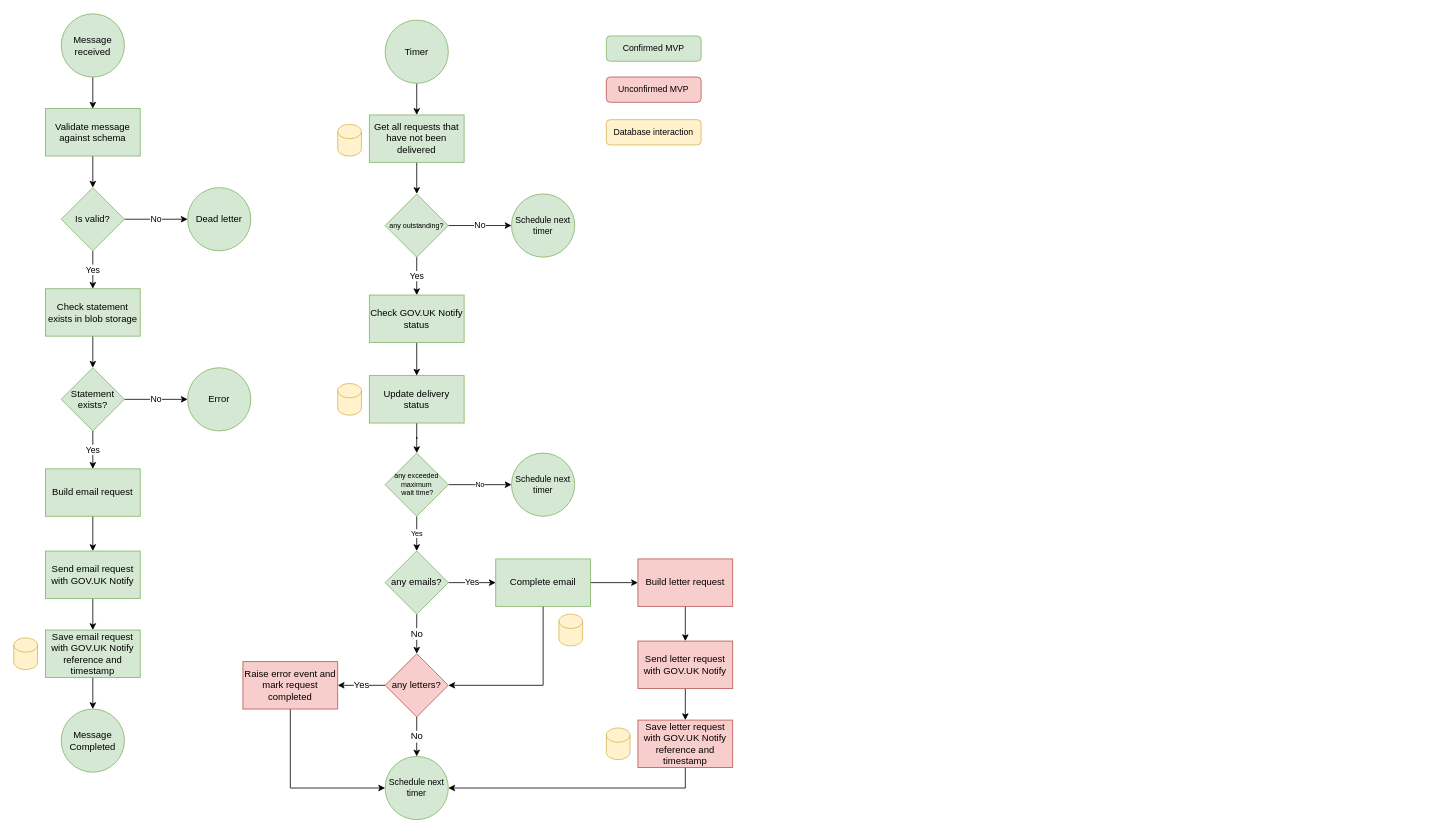
Before: Payments/ffc-pay-statement-publisher.drawio in DEFRA/ffc-diagrams, a draw.io diagram. Source tidied: cells renumbered, new cells numbered last; positions are measured from the earlier drawing's top-left corner, leaving out a move shared by most shapes. Both pictures are drawn from the tidied source at 79%, with x=0, y=0 at pixel (13, 13).
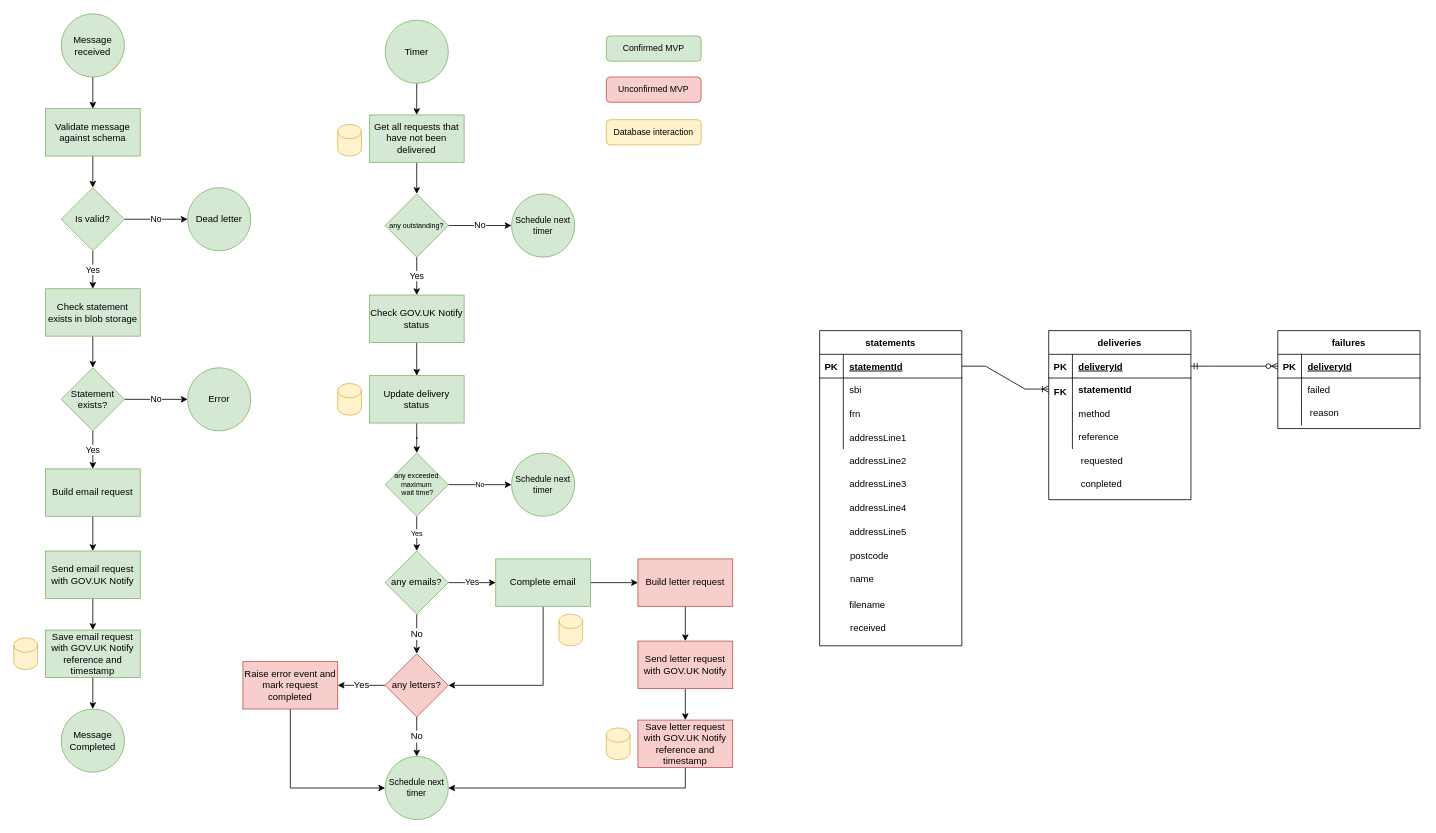
The same page after the edit.

The edit, as a diff of the source:
```diff
@@
+    <mxCell id="65" value="statements" style="shape=table;startSize=30;childLayout=tableLayout;rowLines=0;fontStyle=1;align=center;" parent="1" vertex="1">
+      <mxGeometry x="1020" y="401" width="180" height="399" as="geometry" />
+    </mxCell>
+    <mxCell id="66" style="shape=tableRow;horizontal=0;startSize=0;swimlaneHead=0;swimlaneBody=0;fillColor=none;points=[[0,0.5],[1,0.5]];portConstraint=eastwest;top=0;left=0;right=0;bottom=1;" parent="65" vertex="1">
+      <mxGeometry y="30" width="180" height="30" as="geometry" />
+    </mxCell>
+    <mxCell id="67" value="PK" style="shape=partialRectangle;fillColor=none;top=0;left=0;bottom=0;right=0;fontStyle=1;overflow=hidden;" parent="66" vertex="1">
+      <mxGeometry width="30" height="30" as="geometry" />
+    </mxCell>
+    <mxCell id="68" value="statementId" style="shape=partialRectangle;fillColor=none;top=0;left=0;bottom=0;right=0;align=left;spacingLeft=6;fontStyle=5;overflow=hidden;" parent="66" vertex="1">
+      <mxGeometry x="30" width="150" height="30" as="geometry" />
+    </mxCell>
+    <mxCell id="69" style="shape=tableRow;horizontal=0;startSize=0;swimlaneHead=0;swimlaneBody=0;fillColor=none;top=0;left=0;right=0;bottom=0;" parent="65" vertex="1">
+      <mxGeometry y="60" width="180" height="30" as="geometry" />
+    </mxCell>
+    <mxCell id="70" style="shape=partialRectangle;fillColor=none;top=0;left=0;bottom=0;right=0;overflow=hidden;" parent="69" vertex="1">
+      <mxGeometry width="30" height="30" as="geometry" />
+    </mxCell>
+    <mxCell id="71" value="sbi" style="shape=partialRectangle;fillColor=none;top=0;left=0;bottom=0;right=0;align=left;spacingLeft=6;overflow=hidden;" parent="69" vertex="1">
+      <mxGeometry x="30" width="150" height="30" as="geometry" />
+    </mxCell>
+    <mxCell id="72" style="shape=tableRow;horizontal=0;startSize=0;swimlaneHead=0;swimlaneBody=0;fillColor=none;top=0;left=0;right=0;bottom=0;" parent="65" vertex="1">
+      <mxGeometry y="90" width="180" height="30" as="geometry" />
+    </mxCell>
+    <mxCell id="73" style="shape=partialRectangle;fillColor=none;top=0;left=0;bottom=0;right=0;overflow=hidden;" parent="72" vertex="1">
+      <mxGeometry width="30" height="30" as="geometry" />
+    </mxCell>
+    <mxCell id="74" value="frn" style="shape=partialRectangle;fillColor=none;top=0;left=0;bottom=0;right=0;align=left;spacingLeft=6;overflow=hidden;" parent="72" vertex="1">
+      <mxGeometry x="30" width="150" height="30" as="geometry" />
+    </mxCell>
+    <mxCell id="75" style="shape=tableRow;horizontal=0;startSize=0;swimlaneHead=0;swimlaneBody=0;fillColor=none;top=0;left=0;right=0;bottom=0;" parent="65" vertex="1">
+      <mxGeometry y="120" width="180" height="30" as="geometry" />
+    </mxCell>
+    <mxCell id="76" style="shape=partialRectangle;fillColor=none;top=0;left=0;bottom=0;right=0;overflow=hidden;" parent="75" vertex="1">
+      <mxGeometry width="30" height="30" as="geometry" />
+    </mxCell>
+    <mxCell id="77" value="addressLine1" style="shape=partialRectangle;fillColor=none;top=0;left=0;bottom=0;right=0;align=left;spacingLeft=6;overflow=hidden;" parent="75" vertex="1">
+      <mxGeometry x="30" width="150" height="30" as="geometry" />
+    </mxCell>
+    <mxCell id="78" style="shape=tableRow;horizontal=0;startSize=0;swimlaneHead=0;swimlaneBody=0;fillColor=none;top=0;left=0;right=0;bottom=0;" parent="1" vertex="1">
+      <mxGeometry x="1020" y="705" width="180" height="30" as="geometry" />
+    </mxCell>
+    <mxCell id="79" style="shape=partialRectangle;fillColor=none;top=0;left=0;bottom=0;right=0;overflow=hidden;" parent="78" vertex="1">
+      <mxGeometry width="30" height="30" as="geometry" />
+    </mxCell>
+    <mxCell id="80" style="shape=tableRow;horizontal=0;startSize=0;swimlaneHead=0;swimlaneBody=0;fillColor=none;top=0;left=0;right=0;bottom=0;" parent="1" vertex="1">
+      <mxGeometry x="1020" y="735" width="180" height="30" as="geometry" />
+    </mxCell>
+    <mxCell id="81" style="shape=partialRectangle;fillColor=none;top=0;left=0;bottom=0;right=0;overflow=hidden;" parent="80" vertex="1">
+      <mxGeometry width="30" height="30" as="geometry" />
+    </mxCell>
+    <mxCell id="82" style="shape=tableRow;horizontal=0;startSize=0;swimlaneHead=0;swimlaneBody=0;fillColor=none;top=0;left=0;right=0;bottom=0;" parent="1" vertex="1">
+      <mxGeometry x="1020" y="769" width="180" height="30" as="geometry" />
+    </mxCell>
+    <mxCell id="83" style="shape=partialRectangle;fillColor=none;top=0;left=0;bottom=0;right=0;overflow=hidden;" parent="82" vertex="1">
+      <mxGeometry width="30" height="30" as="geometry" />
+    </mxCell>
+    <mxCell id="84" style="shape=tableRow;horizontal=0;startSize=0;swimlaneHead=0;swimlaneBody=0;fillColor=none;top=0;left=0;right=0;bottom=0;" parent="1" vertex="1">
+      <mxGeometry x="1020" y="795" width="180" height="30" as="geometry" />
+    </mxCell>
+    <mxCell id="85" style="shape=partialRectangle;fillColor=none;top=0;left=0;bottom=0;right=0;overflow=hidden;" parent="84" vertex="1">
+      <mxGeometry width="30" height="30" as="geometry" />
+    </mxCell>
+    <mxCell id="86" style="shape=tableRow;horizontal=0;startSize=0;swimlaneHead=0;swimlaneBody=0;fillColor=none;top=0;left=0;right=0;bottom=0;" parent="1" vertex="1">
+      <mxGeometry x="1021" y="700" width="180" height="30" as="geometry" />
+    </mxCell>
+    <mxCell id="87" style="shape=partialRectangle;fillColor=none;top=0;left=0;bottom=0;right=0;overflow=hidden;" parent="86" vertex="1">
+      <mxGeometry width="30" height="30" as="geometry" />
+    </mxCell>
+    <mxCell id="88" value="name" style="shape=partialRectangle;fillColor=none;top=0;left=0;bottom=0;right=0;align=left;spacingLeft=6;overflow=hidden;" parent="86" vertex="1">
+      <mxGeometry x="30" width="150" height="30" as="geometry" />
+    </mxCell>
+    <mxCell id="89" value="deliveries" style="shape=table;startSize=30;childLayout=tableLayout;rowLines=0;fontStyle=1;align=center;" parent="1" vertex="1">
+      <mxGeometry x="1310" y="401" width="180" height="214" as="geometry" />
+    </mxCell>
+    <mxCell id="90" style="shape=tableRow;horizontal=0;startSize=0;swimlaneHead=0;swimlaneBody=0;fillColor=none;points=[[0,0.5],[1,0.5]];portConstraint=eastwest;top=0;left=0;right=0;bottom=1;" parent="89" vertex="1">
+      <mxGeometry y="30" width="180" height="30" as="geometry" />
+    </mxCell>
+    <mxCell id="91" value="PK" style="shape=partialRectangle;fillColor=none;top=0;left=0;bottom=0;right=0;fontStyle=1;overflow=hidden;" parent="90" vertex="1">
+      <mxGeometry width="30" height="30" as="geometry" />
+    </mxCell>
+    <mxCell id="92" value="deliveryId" style="shape=partialRectangle;fillColor=none;top=0;left=0;bottom=0;right=0;align=left;spacingLeft=6;fontStyle=5;overflow=hidden;" parent="90" vertex="1">
+      <mxGeometry x="30" width="150" height="30" as="geometry" />
+    </mxCell>
+    <mxCell id="93" style="shape=tableRow;horizontal=0;startSize=0;swimlaneHead=0;swimlaneBody=0;fillColor=none;top=0;left=0;right=0;bottom=0;" parent="89" vertex="1">
+      <mxGeometry y="60" width="180" height="30" as="geometry" />
+    </mxCell>
+    <mxCell id="94" style="shape=partialRectangle;fillColor=none;top=0;left=0;bottom=0;right=0;overflow=hidden;" parent="93" vertex="1">
+      <mxGeometry width="30" height="30" as="geometry" />
+    </mxCell>
+    <mxCell id="95" value="statementId" style="shape=partialRectangle;fillColor=none;top=0;left=0;bottom=0;right=0;align=left;spacingLeft=6;overflow=hidden;fontStyle=1;" parent="93" vertex="1">
+      <mxGeometry x="30" width="150" height="30" as="geometry" />
+    </mxCell>
+    <mxCell id="96" style="shape=tableRow;horizontal=0;startSize=0;swimlaneHead=0;swimlaneBody=0;fillColor=none;top=0;left=0;right=0;bottom=0;" parent="89" vertex="1">
+      <mxGeometry y="90" width="180" height="30" as="geometry" />
+    </mxCell>
+    <mxCell id="97" style="shape=partialRectangle;fillColor=none;top=0;left=0;bottom=0;right=0;overflow=hidden;" parent="96" vertex="1">
+      <mxGeometry width="30" height="30" as="geometry" />
+    </mxCell>
+    <mxCell id="98" value="method" style="shape=partialRectangle;fillColor=none;top=0;left=0;bottom=0;right=0;align=left;spacingLeft=6;overflow=hidden;" parent="96" vertex="1">
+      <mxGeometry x="30" width="150" height="30" as="geometry" />
+    </mxCell>
+    <mxCell id="99" style="shape=tableRow;horizontal=0;startSize=0;swimlaneHead=0;swimlaneBody=0;fillColor=none;top=0;left=0;right=0;bottom=0;" parent="89" vertex="1">
+      <mxGeometry y="120" width="180" height="30" as="geometry" />
+    </mxCell>
+    <mxCell id="100" style="shape=partialRectangle;fillColor=none;top=0;left=0;bottom=0;right=0;overflow=hidden;" parent="99" vertex="1">
+      <mxGeometry width="30" height="30" as="geometry" />
+    </mxCell>
+    <mxCell id="101" style="shape=partialRectangle;fillColor=none;top=0;left=0;bottom=0;right=0;align=left;spacingLeft=6;overflow=hidden;" parent="99" vertex="1">
+      <mxGeometry x="30" width="150" height="30" as="geometry" />
+    </mxCell>
+    <mxCell id="102" style="shape=tableRow;horizontal=0;startSize=0;swimlaneHead=0;swimlaneBody=0;fillColor=none;top=0;left=0;right=0;bottom=0;" parent="1" vertex="1">
+      <mxGeometry x="1020" y="732" width="180" height="30" as="geometry" />
+    </mxCell>
+    <mxCell id="103" style="shape=partialRectangle;fillColor=none;top=0;left=0;bottom=0;right=0;overflow=hidden;" parent="102" vertex="1">
+      <mxGeometry width="30" height="30" as="geometry" />
+    </mxCell>
+    <mxCell id="104" value="filename" style="shape=partialRectangle;fillColor=none;top=0;left=0;bottom=0;right=0;align=left;spacingLeft=6;overflow=hidden;" parent="102" vertex="1">
+      <mxGeometry x="30" width="150" height="30" as="geometry" />
+    </mxCell>
+    <mxCell id="105" value="received" style="shape=partialRectangle;fillColor=none;top=0;left=0;bottom=0;right=0;align=left;spacingLeft=6;overflow=hidden;" parent="1" vertex="1">
+      <mxGeometry x="1051" y="762" width="150" height="30" as="geometry" />
+    </mxCell>
+    <mxCell id="106" value="FK" style="shape=partialRectangle;fillColor=none;top=0;left=0;bottom=0;right=0;fontStyle=1;overflow=hidden;" parent="1" vertex="1">
+      <mxGeometry x="1310" y="463" width="30" height="30" as="geometry" />
+    </mxCell>
+    <mxCell id="107" value="reference" style="shape=partialRectangle;fillColor=none;top=0;left=0;bottom=0;right=0;align=left;spacingLeft=6;overflow=hidden;" parent="1" vertex="1">
+      <mxGeometry x="1340" y="520" width="150" height="30" as="geometry" />
+    </mxCell>
+    <mxCell id="108" value="requested" style="shape=partialRectangle;fillColor=none;top=0;left=0;bottom=0;right=0;align=left;spacingLeft=6;overflow=hidden;" parent="1" vertex="1">
+      <mxGeometry x="1343" y="550" width="150" height="30" as="geometry" />
+    </mxCell>
+    <mxCell id="109" value="conpleted" style="shape=partialRectangle;fillColor=none;top=0;left=0;bottom=0;right=0;align=left;spacingLeft=6;overflow=hidden;" parent="1" vertex="1">
+      <mxGeometry x="1343" y="580" width="150" height="30" as="geometry" />
+    </mxCell>
+    <mxCell id="110" style="shape=partialRectangle;fillColor=none;top=0;left=0;bottom=0;right=0;align=left;spacingLeft=6;overflow=hidden;" parent="1" vertex="1">
+      <mxGeometry x="1343" y="611" width="150" height="30" as="geometry" />
+    </mxCell>
+    <mxCell id="111" value="failures" style="shape=table;startSize=30;childLayout=tableLayout;rowLines=0;fontStyle=1;align=center;" parent="1" vertex="1">
+      <mxGeometry x="1600" y="401" width="180" height="124" as="geometry" />
+    </mxCell>
+    <mxCell id="112" style="shape=tableRow;horizontal=0;startSize=0;swimlaneHead=0;swimlaneBody=0;fillColor=none;points=[[0,0.5],[1,0.5]];portConstraint=eastwest;top=0;left=0;right=0;bottom=1;" parent="111" vertex="1">
+      <mxGeometry y="30" width="180" height="30" as="geometry" />
+    </mxCell>
+    <mxCell id="113" value="PK" style="shape=partialRectangle;fillColor=none;top=0;left=0;bottom=0;right=0;fontStyle=1;overflow=hidden;" parent="112" vertex="1">
+      <mxGeometry width="30" height="30" as="geometry" />
+    </mxCell>
+    <mxCell id="114" value="deliveryId" style="shape=partialRectangle;fillColor=none;top=0;left=0;bottom=0;right=0;align=left;spacingLeft=6;fontStyle=5;overflow=hidden;" parent="112" vertex="1">
+      <mxGeometry x="30" width="150" height="30" as="geometry" />
+    </mxCell>
+    <mxCell id="115" style="shape=tableRow;horizontal=0;startSize=0;swimlaneHead=0;swimlaneBody=0;fillColor=none;top=0;left=0;right=0;bottom=0;" parent="111" vertex="1">
+      <mxGeometry y="60" width="180" height="30" as="geometry" />
+    </mxCell>
+    <mxCell id="116" style="shape=partialRectangle;fillColor=none;top=0;left=0;bottom=0;right=0;overflow=hidden;" parent="115" vertex="1">
+      <mxGeometry width="30" height="30" as="geometry" />
+    </mxCell>
+    <mxCell id="117" value="failed" style="shape=partialRectangle;fillColor=none;top=0;left=0;bottom=0;right=0;align=left;spacingLeft=6;overflow=hidden;" parent="115" vertex="1">
+      <mxGeometry x="30" width="150" height="30" as="geometry" />
+    </mxCell>
+    <mxCell id="118" style="shape=tableRow;horizontal=0;startSize=0;swimlaneHead=0;swimlaneBody=0;fillColor=none;top=0;left=0;right=0;bottom=0;" parent="111" vertex="1">
+      <mxGeometry y="90" width="180" height="30" as="geometry" />
+    </mxCell>
+    <mxCell id="119" style="shape=partialRectangle;fillColor=none;top=0;left=0;bottom=0;right=0;overflow=hidden;" parent="118" vertex="1">
+      <mxGeometry width="30" height="30" as="geometry" />
+    </mxCell>
+    <mxCell id="120" style="shape=partialRectangle;fillColor=none;top=0;left=0;bottom=0;right=0;align=left;spacingLeft=6;overflow=hidden;" parent="118" vertex="1">
+      <mxGeometry x="30" width="150" height="30" as="geometry" />
+    </mxCell>
+    <mxCell id="121" style="shape=partialRectangle;fillColor=none;top=0;left=0;bottom=0;right=0;align=left;spacingLeft=6;overflow=hidden;" parent="1" vertex="1">
+      <mxGeometry x="1633" y="611" width="150" height="30" as="geometry" />
+    </mxCell>
+    <mxCell id="122" value="reason" style="shape=partialRectangle;fillColor=none;top=0;left=0;bottom=0;right=0;align=left;spacingLeft=6;overflow=hidden;" parent="1" vertex="1">
+      <mxGeometry x="1633" y="490" width="150" height="30" as="geometry" />
+    </mxCell>
+    <mxCell id="123" style="edgeStyle=entityRelationEdgeStyle;fontSize=12;html=1;endArrow=ERoneToMany;rounded=0;exitX=1;exitY=0.5;exitDx=0;exitDy=0;" parent="1" edge="1" source="66">
+      <mxGeometry relative="1" as="geometry">
+        <mxPoint x="1310" y="475" as="targetPoint" />
+      </mxGeometry>
+    </mxCell>
+    <mxCell id="124" style="edgeStyle=entityRelationEdgeStyle;fontSize=12;html=1;endArrow=ERzeroToMany;startArrow=ERmandOne;rounded=0;exitX=1;exitY=0.5;exitDx=0;exitDy=0;entryX=0;entryY=0.5;entryDx=0;entryDy=0;" parent="1" edge="1" source="90" target="112">
+      <mxGeometry relative="1" as="geometry" />
+    </mxCell>
+    <mxCell id="125" style="shape=tableRow;horizontal=0;startSize=0;swimlaneHead=0;swimlaneBody=0;fillColor=none;top=0;left=0;right=0;bottom=0;" parent="1" vertex="1">
+      <mxGeometry x="1020" y="550" width="180" height="30" as="geometry" />
+    </mxCell>
+    <mxCell id="126" style="shape=partialRectangle;fillColor=none;top=0;left=0;bottom=0;right=0;overflow=hidden;" parent="125" vertex="1">
+      <mxGeometry width="30" height="30" as="geometry" />
+    </mxCell>
+    <mxCell id="127" value="addressLine2" style="shape=partialRectangle;fillColor=none;top=0;left=0;bottom=0;right=0;align=left;spacingLeft=6;overflow=hidden;" parent="125" vertex="1">
+      <mxGeometry x="30" width="150" height="30" as="geometry" />
+    </mxCell>
+    <mxCell id="128" style="shape=tableRow;horizontal=0;startSize=0;swimlaneHead=0;swimlaneBody=0;fillColor=none;top=0;left=0;right=0;bottom=0;" parent="1" vertex="1">
+      <mxGeometry x="1020" y="580" width="180" height="30" as="geometry" />
+    </mxCell>
+    <mxCell id="129" style="shape=partialRectangle;fillColor=none;top=0;left=0;bottom=0;right=0;overflow=hidden;" parent="128" vertex="1">
+      <mxGeometry width="30" height="30" as="geometry" />
+    </mxCell>
+    <mxCell id="130" value="addressLine3" style="shape=partialRectangle;fillColor=none;top=0;left=0;bottom=0;right=0;align=left;spacingLeft=6;overflow=hidden;" parent="128" vertex="1">
+      <mxGeometry x="30" width="150" height="30" as="geometry" />
+    </mxCell>
+    <mxCell id="131" style="shape=tableRow;horizontal=0;startSize=0;swimlaneHead=0;swimlaneBody=0;fillColor=none;top=0;left=0;right=0;bottom=0;" parent="1" vertex="1">
+      <mxGeometry x="1020" y="610" width="180" height="30" as="geometry" />
+    </mxCell>
+    <mxCell id="132" style="shape=partialRectangle;fillColor=none;top=0;left=0;bottom=0;right=0;overflow=hidden;" parent="131" vertex="1">
+      <mxGeometry width="30" height="30" as="geometry" />
+    </mxCell>
+    <mxCell id="133" value="addressLine4" style="shape=partialRectangle;fillColor=none;top=0;left=0;bottom=0;right=0;align=left;spacingLeft=6;overflow=hidden;" parent="131" vertex="1">
+      <mxGeometry x="30" width="150" height="30" as="geometry" />
+    </mxCell>
+    <mxCell id="134" style="shape=tableRow;horizontal=0;startSize=0;swimlaneHead=0;swimlaneBody=0;fillColor=none;top=0;left=0;right=0;bottom=0;" parent="1" vertex="1">
+      <mxGeometry x="1020" y="640" width="180" height="30" as="geometry" />
+    </mxCell>
+    <mxCell id="135" style="shape=partialRectangle;fillColor=none;top=0;left=0;bottom=0;right=0;overflow=hidden;" parent="134" vertex="1">
+      <mxGeometry width="30" height="30" as="geometry" />
+    </mxCell>
+    <mxCell id="136" value="addressLine5" style="shape=partialRectangle;fillColor=none;top=0;left=0;bottom=0;right=0;align=left;spacingLeft=6;overflow=hidden;" parent="134" vertex="1">
+      <mxGeometry x="30" width="150" height="30" as="geometry" />
+    </mxCell>
+    <mxCell id="137" value="postcode" style="shape=partialRectangle;fillColor=none;top=0;left=0;bottom=0;right=0;align=left;spacingLeft=6;overflow=hidden;" parent="1" vertex="1">
+      <mxGeometry x="1051" y="670" width="150" height="30" as="geometry" />
+    </mxCell>
```
